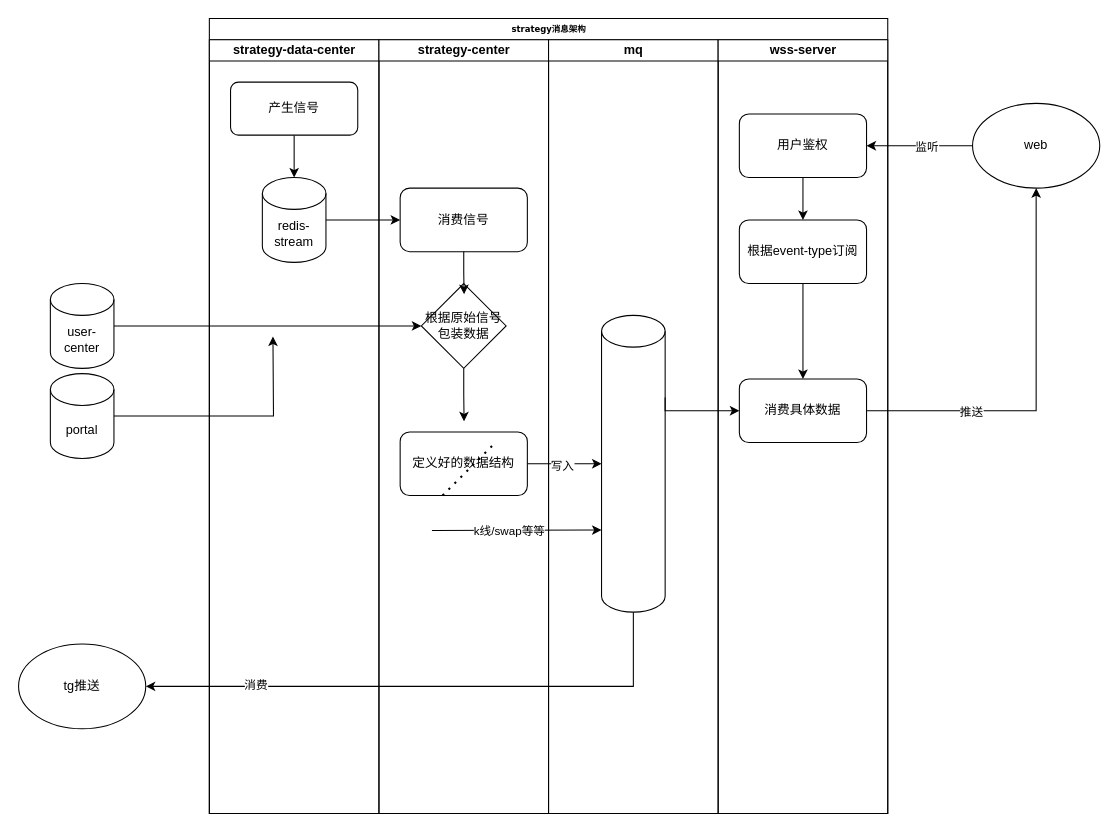
Above: msg-center.drawio in ZiHengLee/drawio (draw.io), before the change. Source tidied: cells renumbered, new cells numbered last; positions are measured from the earlier drawing's top-left corner, leaving out a move shared by most shapes. Both pictures are drawn from the tidied source at 106%, with x=0, y=0 at pixel (18, 18).
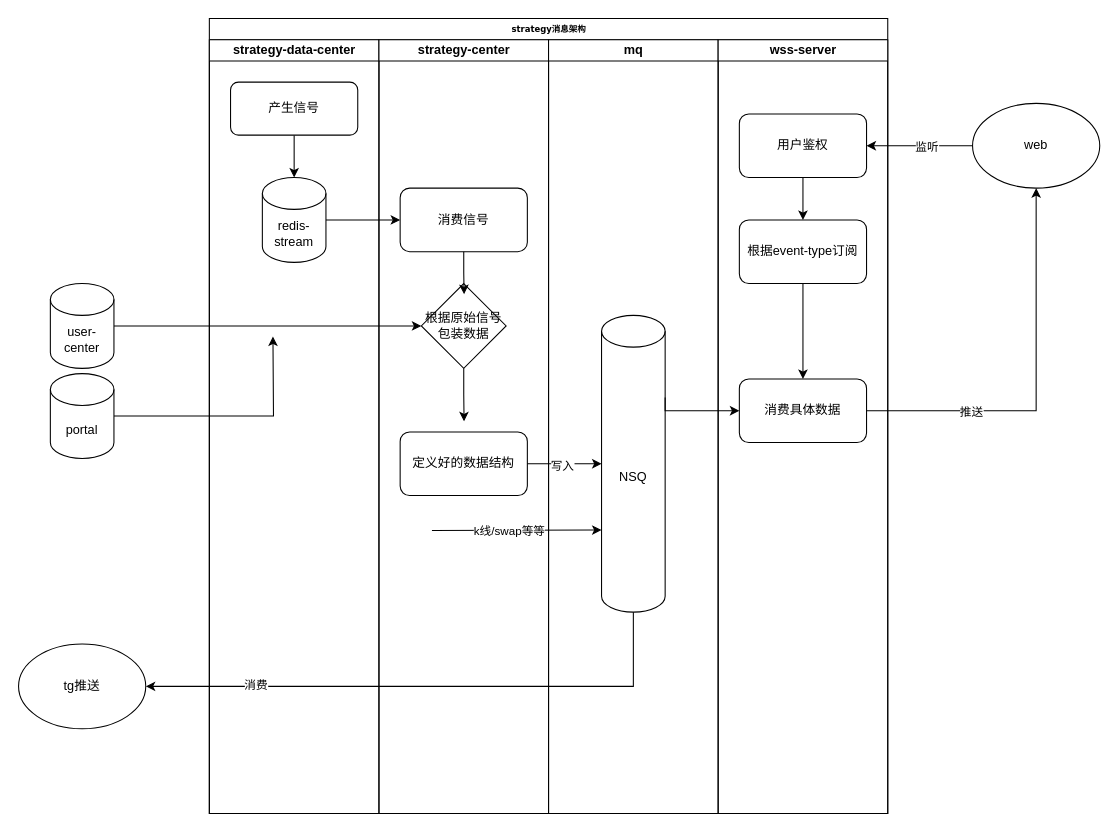
The same page after the edit.

Unchanged cells that the change refers to:
```xml
<mxCell id="13" value="mq" style="swimlane;html=1;startSize=20;" parent="2" vertex="1">
  <mxGeometry x="320" y="20" width="160" height="730" as="geometry" />
</mxCell>
```

Diff of the diagram source:
```diff
@@
-    <mxCell id="14" style="shape=cylinder3;whiteSpace=wrap;html=1;boundedLbl=1;backgroundOutline=1;size=15;" parent="13" vertex="1">
+    <mxCell id="14" value="NSQ" style="shape=cylinder3;whiteSpace=wrap;html=1;boundedLbl=1;backgroundOutline=1;size=15;" parent="13" vertex="1">
       <mxGeometry x="50" y="260" width="60" height="280" as="geometry" />
     </mxCell>
@@
-    <mxCell id="34" style="endArrow=none;dashed=1;html=1;dashPattern=1 3;strokeWidth=2;rounded=0;" parent="1" edge="1">
-      <mxGeometry relative="1" as="geometry">
-        <mxPoint x="400" y="450" as="sourcePoint" />
-        <mxPoint x="450" y="400" as="targetPoint" />
-      </mxGeometry>
-    </mxCell>
```
